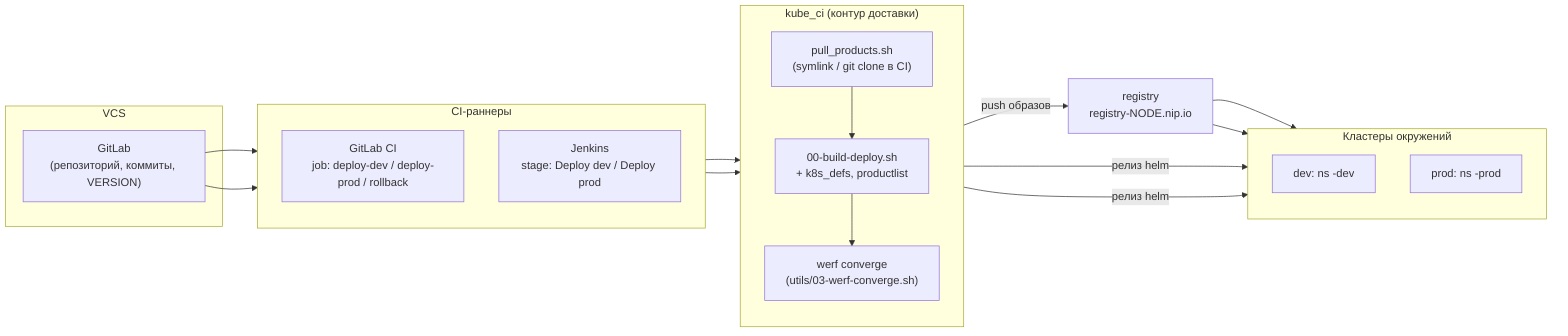
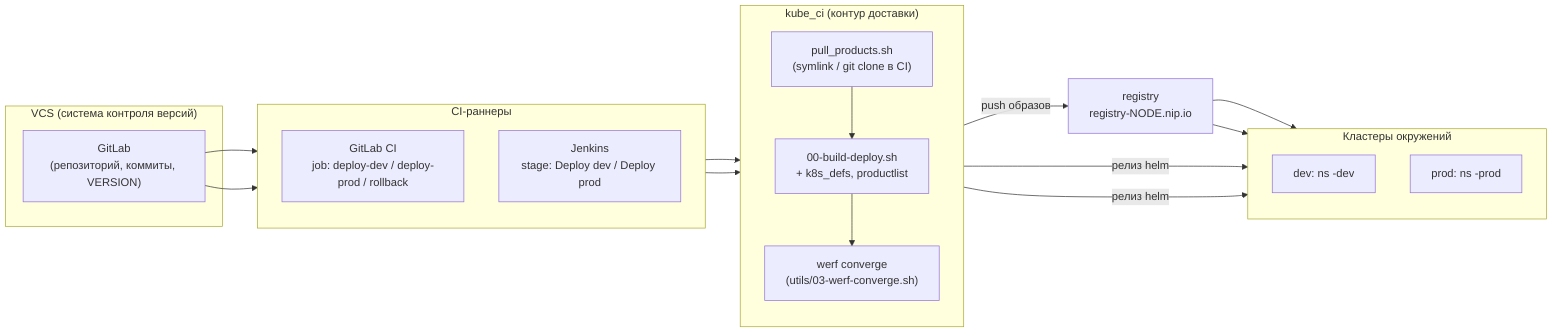
flowchart LR
-     subgraph vcs["VCS"]
+     subgraph vcs["VCS (система контроля версий)"]
        gitlab["GitLab<br/>(репозиторий, коммиты, VERSION)"]
    end

    subgraph runners["CI-раннеры"]
        direction TB
        glci["GitLab CI<br/>job: deploy-dev / deploy-prod / rollback"]
        jenkins["Jenkins<br/>stage: Deploy dev / Deploy prod"]
    end

    subgraph kubeci["kube_ci (контур доставки)"]
        direction TB
        pull["pull_products.sh<br/>(symlink / git clone в CI)"]
        build["00-build-deploy.sh<br/>+ k8s_defs, productlist"]
        converge["werf converge<br/>(utils/03-werf-converge.sh)"]
        pull --> build --> converge
    end

    registry["registry<br/>registry-NODE.nip.io"]

    subgraph clusters["Кластеры окружений"]
        direction TB
        cdev["dev: ns <app>-dev"]
        cprod["prod: ns <app>-prod"]
    end

    gitlab --> glci
    gitlab --> jenkins
    glci --> pull
    jenkins --> pull
    converge -->|push образов| registry
    converge -->|релиз helm| cdev
    converge -->|релиз helm| cprod
    registry --> cdev
    registry --> cprod
